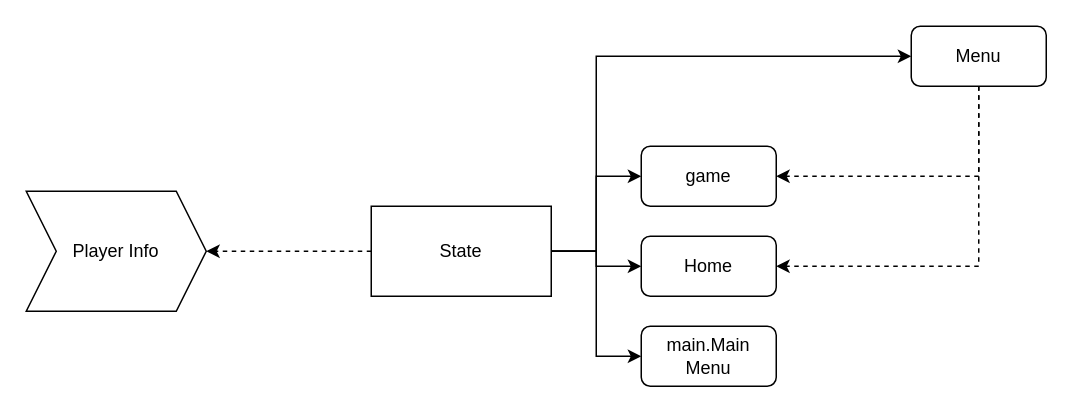
The draw.io diagram page "Structure" (1 of 4) of plan.drawio in Trentiumz/rts001, before the edit. Source tidied: cells renumbered, new cells numbered last; positions are measured from the earlier drawing's top-left corner, leaving out a move shared by most shapes. Both pictures are drawn from the tidied source at 150%, with x=0, y=0 at pixel (26, 26).
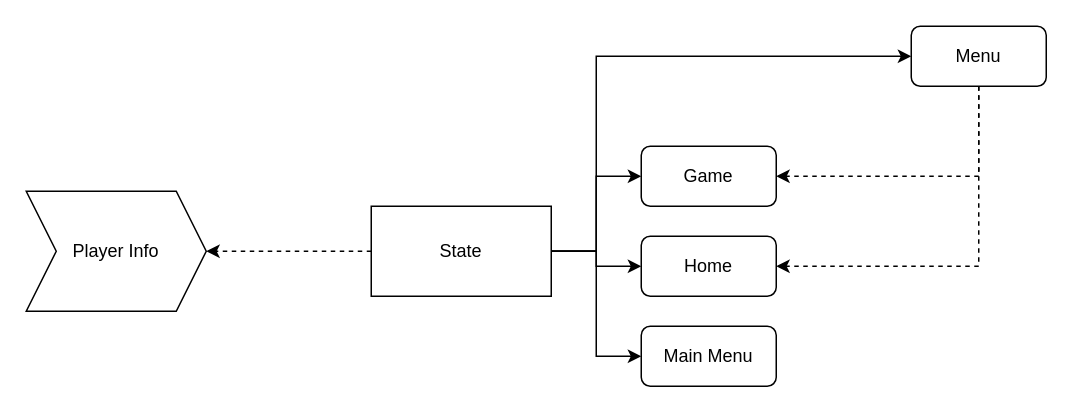
The same diagram, later.

Change to the diagram source:
```diff
@@
 <mxGraphModel>
   <root>
     <mxCell id="0" />
     <mxCell id="1" parent="0" />
     <mxCell id="2" style="edgeStyle=orthogonalEdgeStyle;rounded=0;jettySize=auto;html=1;exitX=0;exitY=0.5;exitDx=0;exitDy=0;entryX=1;entryY=0.5;entryDx=0;entryDy=0;dashed=1;" parent="1" edge="1" source="7" target="8">
       <mxGeometry relative="1" as="geometry">
         <Array as="points">
           <mxPoint x="220" y="150" />
         </Array>
       </mxGeometry>
     </mxCell>
     <mxCell id="3" style="edgeStyle=orthogonalEdgeStyle;rounded=0;jettySize=auto;html=1;exitX=1;exitY=0.5;exitDx=0;exitDy=0;entryX=0;entryY=0.5;entryDx=0;entryDy=0;" parent="1" edge="1" source="7" target="11">
       <mxGeometry relative="1" as="geometry" />
     </mxCell>
     <mxCell id="4" style="edgeStyle=orthogonalEdgeStyle;rounded=0;jettySize=auto;html=1;exitX=1;exitY=0.5;exitDx=0;exitDy=0;entryX=0;entryY=0.5;entryDx=0;entryDy=0;" parent="1" edge="1" source="7" target="10">
       <mxGeometry relative="1" as="geometry" />
     </mxCell>
     <mxCell id="5" style="edgeStyle=orthogonalEdgeStyle;rounded=0;jettySize=auto;html=1;exitX=1;exitY=0.5;exitDx=0;exitDy=0;entryX=0;entryY=0.5;entryDx=0;entryDy=0;entryPerimeter=0;" parent="1" edge="1" source="7" target="9">
       <mxGeometry relative="1" as="geometry" />
     </mxCell>
     <mxCell id="6" style="edgeStyle=orthogonalEdgeStyle;rounded=0;jettySize=auto;html=1;exitX=1;exitY=0.5;exitDx=0;exitDy=0;entryX=0;entryY=0.5;entryDx=0;entryDy=0;" parent="1" edge="1" source="7" target="14">
       <mxGeometry relative="1" as="geometry">
         <Array as="points">
           <mxPoint x="380" y="150" />
           <mxPoint x="380" y="20" />
         </Array>
       </mxGeometry>
     </mxCell>
     <mxCell id="7" value="State" style="rounded=0;whiteSpace=wrap;html=1;" parent="1" vertex="1">
       <mxGeometry x="230" y="120" width="120" height="60" as="geometry" />
     </mxCell>
     <mxCell id="8" value="Player Info" style="shape=step;perimeter=stepPerimeter;whiteSpace=wrap;html=1;fixedSize=1;" parent="1" vertex="1">
       <mxGeometry y="110" width="120" height="80" as="geometry" />
     </mxCell>
-    <mxCell id="9" value="main.Main Menu" style="rounded=1;whiteSpace=wrap;html=1;" parent="1" vertex="1">
+    <mxCell id="9" value="Main Menu" style="rounded=1;whiteSpace=wrap;html=1;" parent="1" vertex="1">
       <mxGeometry x="410" y="200" width="90" height="40" as="geometry" />
     </mxCell>
     <mxCell id="10" value="Home" style="rounded=1;whiteSpace=wrap;html=1;" parent="1" vertex="1">
       <mxGeometry x="410" y="140" width="90" height="40" as="geometry" />
     </mxCell>
-    <mxCell id="11" value="game" style="rounded=1;whiteSpace=wrap;html=1;" parent="1" vertex="1">
+    <mxCell id="11" value="Game" style="rounded=1;whiteSpace=wrap;html=1;" parent="1" vertex="1">
       <mxGeometry x="410" y="80" width="90" height="40" as="geometry" />
     </mxCell>
     <mxCell id="12" style="edgeStyle=orthogonalEdgeStyle;rounded=0;jettySize=auto;html=1;exitX=0.5;exitY=1;exitDx=0;exitDy=0;entryX=1;entryY=0.5;entryDx=0;entryDy=0;dashed=1;" parent="1" edge="1" source="14" target="11">
       <mxGeometry relative="1" as="geometry" />
     </mxCell>
     <mxCell id="13" style="edgeStyle=orthogonalEdgeStyle;rounded=0;jettySize=auto;html=1;exitX=0.5;exitY=1;exitDx=0;exitDy=0;entryX=1;entryY=0.5;entryDx=0;entryDy=0;dashed=1;" parent="1" edge="1" source="14" target="10">
       <mxGeometry relative="1" as="geometry" />
     </mxCell>
     <mxCell id="14" value="Menu" style="rounded=1;whiteSpace=wrap;html=1;" parent="1" vertex="1">
       <mxGeometry x="590" width="90" height="40" as="geometry" />
     </mxCell>
   </root>
 </mxGraphModel>
```
